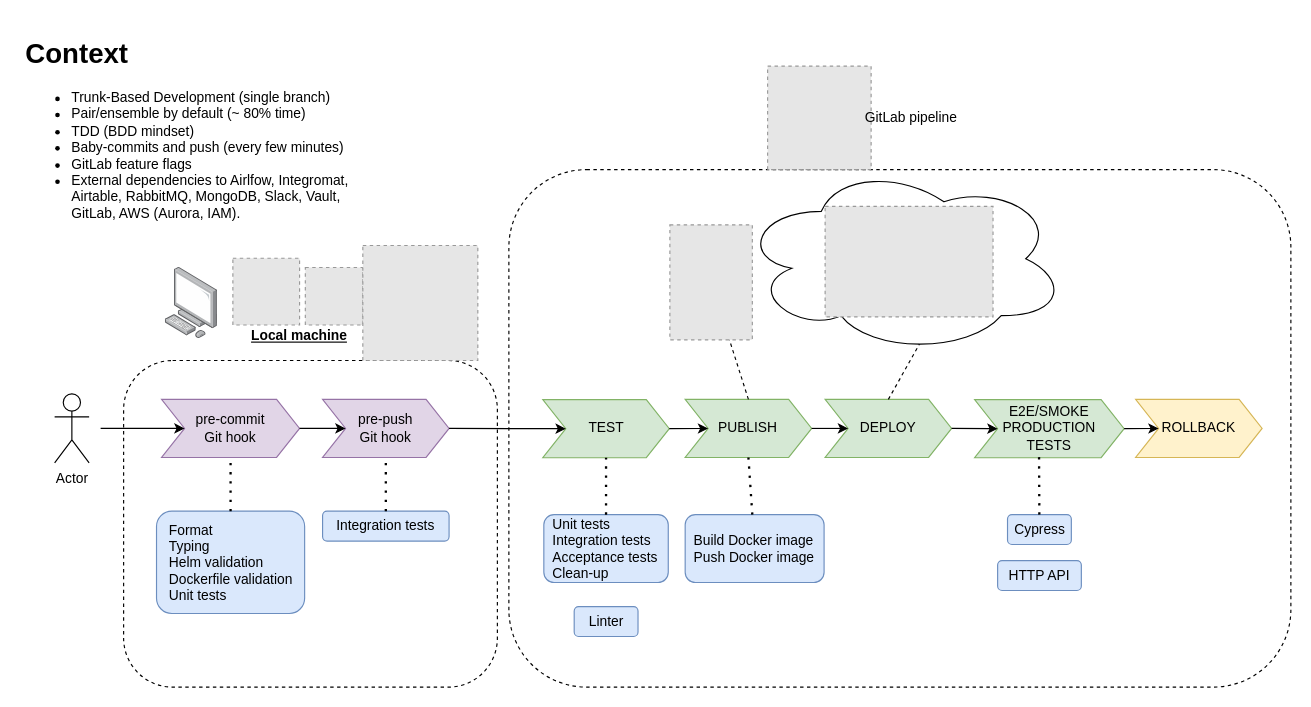
islomar/my-notes keeps this draw.io diagram as page "Clarity AI" (1 of 2) of talk-master-urjc-continuous-deployment/Charla URJC Despliegue Continuo.drawio. Above is the earlier version. Source tidied: cells renumbered, new cells numbered last; positions are measured from the earlier drawing's top-left corner, leaving out a move shared by most shapes. Both pictures are drawn from the tidied source at 115%, with x=0, y=0 at pixel (20, 31). Pictures stored in the file or linked from it are replaced by grey dashed boxes.
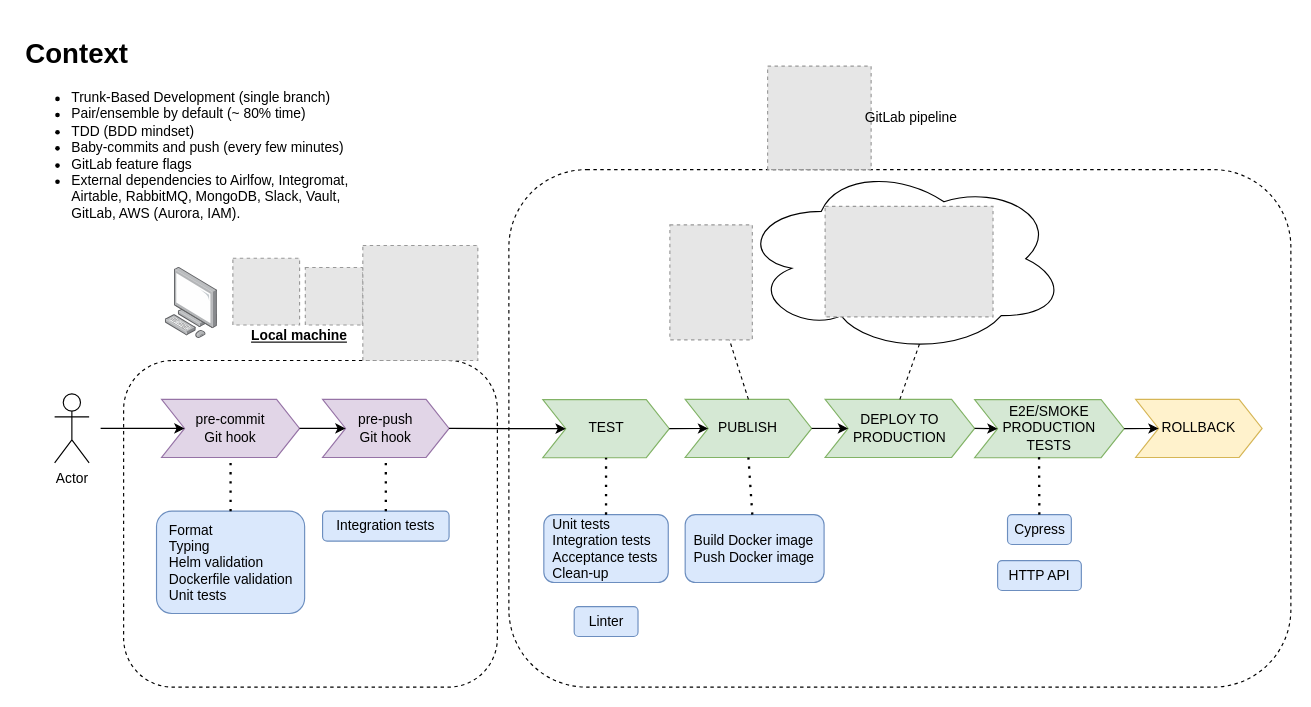
The same page after the edit.

Diff of the diagram source:
```diff
@@
-    <mxCell id="13" value="DEPLOY" style="shape=step;perimeter=stepPerimeter;whiteSpace=wrap;html=1;fixedSize=1;fillColor=#d5e8d4;strokeColor=#82b366;" parent="1" vertex="1">
-      <mxGeometry x="700" y="319.8" width="110" height="50.5" as="geometry" />
+    <mxCell id="13" value="DEPLOY TO PRODUCTION" style="shape=step;perimeter=stepPerimeter;whiteSpace=wrap;html=1;fixedSize=1;fillColor=#d5e8d4;strokeColor=#82b366;" parent="1" vertex="1">
+      <mxGeometry x="700" y="319.8" width="130" height="50.5" as="geometry" />
     </mxCell>
```
